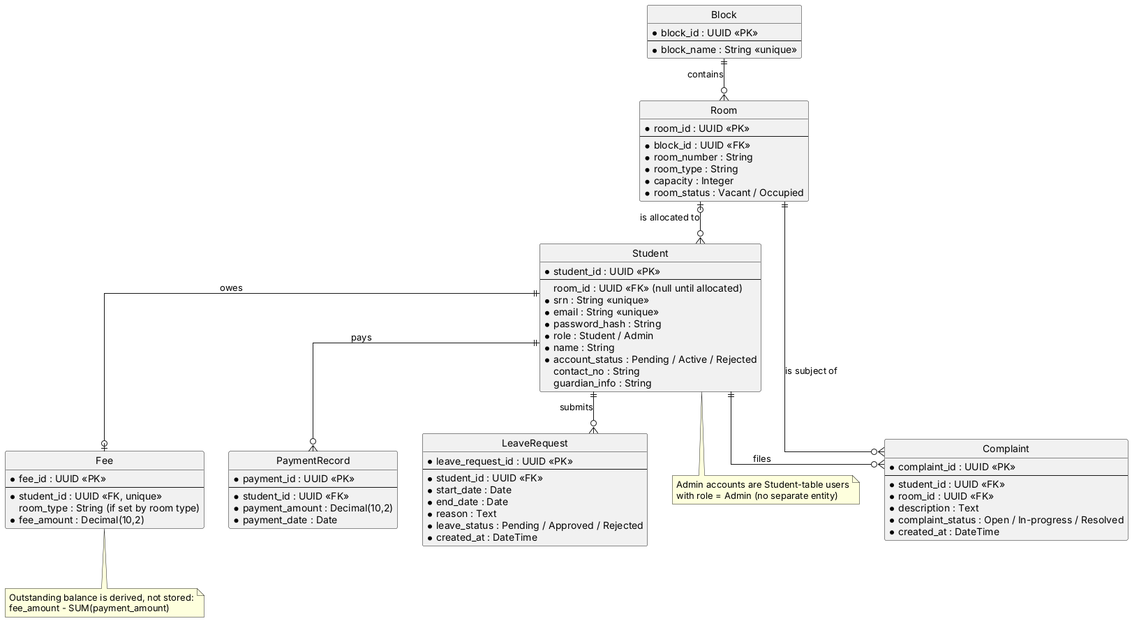
This is docs/diagrams/er_diagram.png from Hostel-Management-System-PES/SE-Jackfruit-Hostel-Management-System, a PlantUML export, as it was before one commit. The source it was exported from:
```plantuml
@startuml er_diagram
hide circle
skinparam linetype ortho

entity Block {
  * block_id : UUID <<PK>>
  --
  * block_name : String <<unique>>
}
entity Room {
  * room_id : UUID <<PK>>
  --
  * block_id : UUID <<FK>>
  * room_number : String
  * room_type : String
  * capacity : Integer
  * room_status : Vacant / Occupied
}
entity Student {
  * student_id : UUID <<PK>>
  --
  room_id : UUID <<FK>> (null until allocated)
  * srn : String <<unique>>
  * email : String <<unique>>
  * password_hash : String
  * role : Student / Admin
  * name : String
  * account_status : Pending / Active / Rejected
  contact_no : String
  guardian_info : String
}
entity Fee {
  * fee_id : UUID <<PK>>
  --
  * student_id : UUID <<FK, unique>>
  room_type : String (if set by room type)
  * fee_amount : Decimal(10,2)
}
entity PaymentRecord {
  * payment_id : UUID <<PK>>
  --
  * student_id : UUID <<FK>>
  * payment_amount : Decimal(10,2)
  * payment_date : Date
}
entity Complaint {
  * complaint_id : UUID <<PK>>
  --
  * student_id : UUID <<FK>>
  * room_id : UUID <<FK>>
  * description : Text
  * complaint_status : Open / In-progress / Resolved
  * created_at : DateTime
}
entity LeaveRequest {
  * leave_request_id : UUID <<PK>>
  --
  * student_id : UUID <<FK>>
  * start_date : Date
  * end_date : Date
  * reason : Text
  * leave_status : Pending / Approved / Rejected
  * created_at : DateTime
}

Block ||--o{ Room : contains
Room |o--o{ Student : "is allocated to"
Student ||--o| Fee : "owes"
Student ||--o{ PaymentRecord : "pays"
Student ||--o{ Complaint : files
Room ||--o{ Complaint : "is subject of"
Student ||--o{ LeaveRequest : submits

note bottom of Fee
  Outstanding balance is derived, not stored:
  fee_amount - SUM(payment_amount)
end note
note bottom of Student
  Admin accounts are Student-table users
  with role = Admin (no separate entity)
end note
@enduml
```
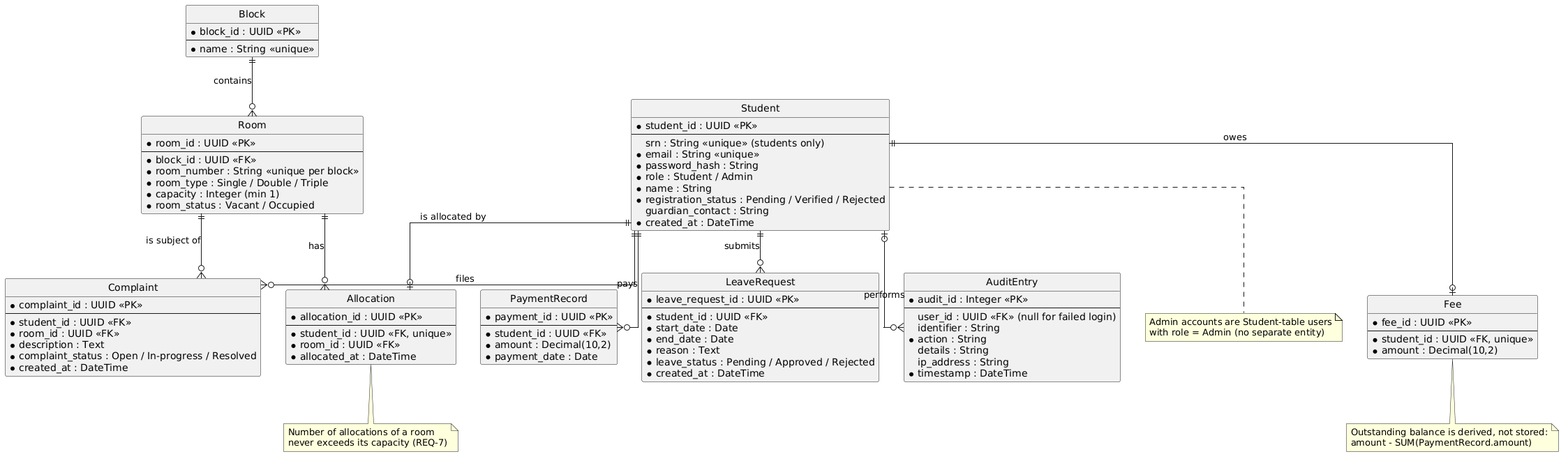
The same file after the commit.

The edit, as a diff of the source:
```diff
@@ -1,46 +1,51 @@
-@startuml er_diagram
+@startuml
 hide circle
 skinparam linetype ortho
 
 entity Block {
   * block_id : UUID <<PK>>
   --
-  * block_name : String <<unique>>
+  * name : String <<unique>>
 }
 entity Room {
   * room_id : UUID <<PK>>
   --
   * block_id : UUID <<FK>>
-  * room_number : String
-  * room_type : String
-  * capacity : Integer
+  * room_number : String <<unique per block>>
+  * room_type : Single / Double / Triple
+  * capacity : Integer (min 1)
   * room_status : Vacant / Occupied
 }
 entity Student {
   * student_id : UUID <<PK>>
   --
-  room_id : UUID <<FK>> (null until allocated)
-  * srn : String <<unique>>
+  srn : String <<unique>> (students only)
   * email : String <<unique>>
   * password_hash : String
   * role : Student / Admin
   * name : String
-  * account_status : Pending / Active / Rejected
-  contact_no : String
-  guardian_info : String
+  * registration_status : Pending / Verified / Rejected
+  guardian_contact : String
+  * created_at : DateTime
+}
+entity Allocation {
+  * allocation_id : UUID <<PK>>
+  --
+  * student_id : UUID <<FK, unique>>
+  * room_id : UUID <<FK>>
+  * allocated_at : DateTime
 }
 entity Fee {
   * fee_id : UUID <<PK>>
   --
   * student_id : UUID <<FK, unique>>
-  room_type : String (if set by room type)
-  * fee_amount : Decimal(10,2)
+  * amount : Decimal(10,2)
 }
 entity PaymentRecord {
   * payment_id : UUID <<PK>>
   --
   * student_id : UUID <<FK>>
-  * payment_amount : Decimal(10,2)
+  * amount : Decimal(10,2)
   * payment_date : Date
 }
 entity Complaint {
@@ -62,21 +67,37 @@
   * leave_status : Pending / Approved / Rejected
   * created_at : DateTime
 }
+entity AuditEntry {
+  * audit_id : Integer <<PK>>
+  --
+  user_id : UUID <<FK>> (null for failed login)
+  identifier : String
+  * action : String
+  details : String
+  ip_address : String
+  * timestamp : DateTime
+}
 
 Block ||--o{ Room : contains
-Room |o--o{ Student : "is allocated to"
+Room ||--o{ Allocation : "has"
+Student ||--o| Allocation : "is allocated by"
 Student ||--o| Fee : "owes"
 Student ||--o{ PaymentRecord : "pays"
 Student ||--o{ Complaint : files
 Room ||--o{ Complaint : "is subject of"
 Student ||--o{ LeaveRequest : submits
+Student |o--o{ AuditEntry : "performs"
 
 note bottom of Fee
   Outstanding balance is derived, not stored:
-  fee_amount - SUM(payment_amount)
+  amount - SUM(PaymentRecord.amount)
 end note
 note bottom of Student
   Admin accounts are Student-table users
   with role = Admin (no separate entity)
 end note
+note bottom of Allocation
+  Number of allocations of a room
+  never exceeds its capacity (REQ-7)
+end note
 @enduml
```
